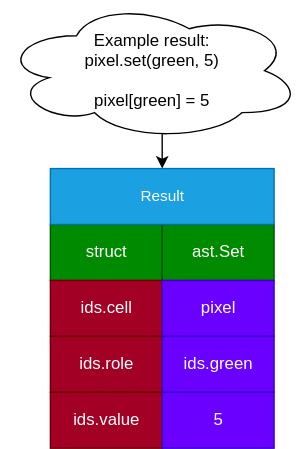
This is doc/diagrams/ResultExample.svg from hun-nemethpeter/InfoCell, a draw.io export, as it was before one commit. Source tidied: cells renumbered, new cells last; positions are measured from the earlier drawing's top-left corner, leaving out a move shared by most shapes.
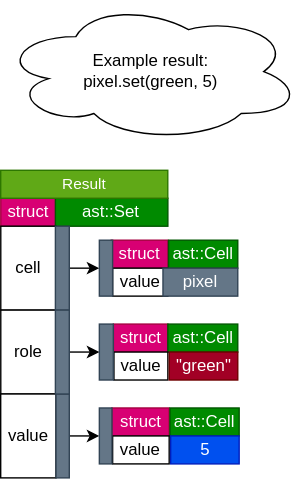
After the commit.

The edit, as a diff of the source:
```diff
@@ -2,38 +2,89 @@
   <root>
     <mxCell id="0" />
     <mxCell id="1" parent="0" />
-    <mxCell id="2" value="struct" style="rounded=0;whiteSpace=wrap;html=1;fillColor=#008a00;fontColor=#ffffff;strokeColor=#005700;" parent="1" vertex="1">
-      <mxGeometry x="35.5" y="160" width="80" height="40" as="geometry" />
+    <mxCell id="2" value="struct" style="rounded=0;whiteSpace=wrap;html=1;fillColor=#d80073;fontColor=#ffffff;strokeColor=#A50040;" parent="1" vertex="1">
+      <mxGeometry x="1048.1" y="11160" width="39.5" height="20" as="geometry" />
     </mxCell>
-    <mxCell id="3" value="ast.Set" style="rounded=0;whiteSpace=wrap;html=1;fillColor=#008a00;fontColor=#ffffff;strokeColor=#005700;" parent="1" vertex="1">
-      <mxGeometry x="115.5" y="160" width="80" height="40" as="geometry" />
+    <mxCell id="3" value="ast::Set" style="rounded=0;whiteSpace=wrap;html=1;fillColor=#008a00;fontColor=#ffffff;strokeColor=#005700;" parent="1" vertex="1">
+      <mxGeometry x="1087.1" y="11160" width="80.4" height="20" as="geometry" />
     </mxCell>
-    <mxCell id="4" value="ids.cell" style="rounded=0;whiteSpace=wrap;html=1;fillColor=#a20025;fontColor=#ffffff;strokeColor=#6F0000;" parent="1" vertex="1">
-      <mxGeometry x="35.5" y="200" width="80" height="40" as="geometry" />
+    <mxCell id="4" value="cell" style="rounded=0;whiteSpace=wrap;html=1;" parent="1" vertex="1">
+      <mxGeometry x="1048.1" y="11180" width="39.5" height="60" as="geometry" />
     </mxCell>
-    <mxCell id="5" value="pixel" style="rounded=0;whiteSpace=wrap;html=1;fillColor=#6a00ff;fontColor=#ffffff;strokeColor=#3700CC;" parent="1" vertex="1">
-      <mxGeometry x="115.5" y="200" width="80" height="40" as="geometry" />
+    <mxCell id="5" value="Result" style="rounded=0;whiteSpace=wrap;html=1;fontFamily=Helvetica;fontSize=11;fontColor=#ffffff;fillColor=#60a917;strokeColor=#2D7600;" parent="1" vertex="1">
+      <mxGeometry x="1048" y="11140" width="119.5" height="20" as="geometry" />
     </mxCell>
-    <mxCell id="6" value="Result" style="rounded=0;whiteSpace=wrap;html=1;fontFamily=Helvetica;fontSize=11;fontColor=#ffffff;fillColor=#1ba1e2;strokeColor=#006EAF;" parent="1" vertex="1">
-      <mxGeometry x="35.5" y="120" width="160" height="40" as="geometry" />
+    <mxCell id="6" value="role" style="rounded=0;whiteSpace=wrap;html=1;" parent="1" vertex="1">
+      <mxGeometry x="1048.1" y="11240" width="39.5" height="60" as="geometry" />
     </mxCell>
-    <mxCell id="7" value="ids.role" style="rounded=0;whiteSpace=wrap;html=1;fillColor=#a20025;fontColor=#ffffff;strokeColor=#6F0000;" parent="1" vertex="1">
-      <mxGeometry x="35.5" y="240" width="80" height="40" as="geometry" />
+    <mxCell id="7" value="value" style="rounded=0;whiteSpace=wrap;html=1;" parent="1" vertex="1">
+      <mxGeometry x="1048" y="11300" width="39.6" height="60" as="geometry" />
     </mxCell>
-    <mxCell id="8" value="ids.green" style="rounded=0;whiteSpace=wrap;html=1;fillColor=#6a00ff;fontColor=#ffffff;strokeColor=#3700CC;" parent="1" vertex="1">
-      <mxGeometry x="115.5" y="240" width="80" height="40" as="geometry" />
+    <mxCell id="8" style="edgeStyle=orthogonalEdgeStyle;rounded=0;jettySize=auto;html=1;exitX=1;exitY=0.5;exitDx=0;exitDy=0;entryX=0;entryY=0.5;entryDx=0;entryDy=0;" parent="1" edge="1" source="9" target="28">
+      <mxGeometry relative="1" as="geometry" />
     </mxCell>
-    <mxCell id="9" value="ids.value" style="rounded=0;whiteSpace=wrap;html=1;fillColor=#a20025;fontColor=#ffffff;strokeColor=#6F0000;" parent="1" vertex="1">
-      <mxGeometry x="35.5" y="280" width="80" height="40" as="geometry" />
+    <mxCell id="9" style="rounded=0;whiteSpace=wrap;html=1;fillColor=#647687;fontColor=#ffffff;strokeColor=#314354;" parent="1" vertex="1">
+      <mxGeometry x="1087.6" y="11300" width="9.5" height="60" as="geometry" />
     </mxCell>
-    <mxCell id="10" value="5" style="rounded=0;whiteSpace=wrap;html=1;fillColor=#6a00ff;fontColor=#ffffff;strokeColor=#3700CC;" parent="1" vertex="1">
-      <mxGeometry x="115.5" y="280" width="80" height="40" as="geometry" />
+    <mxCell id="10" style="rounded=0;jettySize=auto;html=1;exitX=1;exitY=0.5;exitDx=0;exitDy=0;entryX=0;entryY=0.5;entryDx=0;entryDy=0;" parent="1" edge="1" source="11" target="16">
+      <mxGeometry relative="1" as="geometry" />
     </mxCell>
-    <mxCell id="11" style="edgeStyle=orthogonalEdgeStyle;rounded=0;jettySize=auto;html=1;exitX=0.55;exitY=0.95;exitDx=0;exitDy=0;exitPerimeter=0;entryX=0.5;entryY=0;entryDx=0;entryDy=0;" parent="1" edge="1" source="12" target="6">
-      <mxGeometry relative="1" as="geometry" />
+    <mxCell id="11" style="rounded=0;whiteSpace=wrap;html=1;fillColor=#647687;fontColor=#ffffff;strokeColor=#314354;" parent="1" vertex="1">
+      <mxGeometry x="1087.1" y="11180" width="9.9" height="60" as="geometry" />
     </mxCell>
-    <mxCell id="12" value="Example result:&lt;br&gt;pixel.set(green, 5)&lt;br&gt;&lt;br&gt;pixel[green] = 5" style="ellipse;shape=cloud;whiteSpace=wrap;html=1;" parent="1" vertex="1">
-      <mxGeometry x="0.5" width="215" height="100" as="geometry" />
+    <mxCell id="12" value="struct" style="rounded=0;whiteSpace=wrap;html=1;fillColor=#d80073;fontColor=#ffffff;strokeColor=#A50040;" parent="1" vertex="1">
+      <mxGeometry x="1127.1" y="11190" width="40.5" height="20" as="geometry" />
     </mxCell>
+    <mxCell id="13" value="ast::Cell" style="rounded=0;whiteSpace=wrap;html=1;fillColor=#008a00;fontColor=#ffffff;strokeColor=#005700;" parent="1" vertex="1">
+      <mxGeometry x="1168.1" y="11190" width="49.5" height="20" as="geometry" />
+    </mxCell>
+    <mxCell id="14" value="value" style="rounded=0;whiteSpace=wrap;html=1;" parent="1" vertex="1">
+      <mxGeometry x="1128.1" y="11210" width="39.5" height="20" as="geometry" />
+    </mxCell>
+    <mxCell id="15" value="pixel" style="rounded=0;whiteSpace=wrap;html=1;fillColor=#647687;fontColor=#ffffff;strokeColor=#314354;" parent="1" vertex="1">
+      <mxGeometry x="1164.1" y="11210" width="53.5" height="20" as="geometry" />
+    </mxCell>
+    <mxCell id="16" style="rounded=0;whiteSpace=wrap;html=1;fontFamily=Helvetica;fontSize=11;fontColor=#ffffff;fillColor=#647687;strokeColor=#314354;" parent="1" vertex="1">
+      <mxGeometry x="1118.6" y="11190" width="9.5" height="40" as="geometry" />
+    </mxCell>
+    <mxCell id="17" value="struct" style="rounded=0;whiteSpace=wrap;html=1;fillColor=#d80073;fontColor=#ffffff;strokeColor=#A50040;" parent="1" vertex="1">
+      <mxGeometry x="1128.6" y="11250" width="39" height="20" as="geometry" />
+    </mxCell>
+    <mxCell id="18" value="ast::Cell" style="rounded=0;whiteSpace=wrap;html=1;fillColor=#008a00;fontColor=#ffffff;strokeColor=#005700;" parent="1" vertex="1">
+      <mxGeometry x="1167.6" y="11250" width="50" height="20" as="geometry" />
+    </mxCell>
+    <mxCell id="19" value="value" style="rounded=0;whiteSpace=wrap;html=1;" parent="1" vertex="1">
+      <mxGeometry x="1129" y="11270" width="38.6" height="20" as="geometry" />
+    </mxCell>
+    <mxCell id="20" style="rounded=0;whiteSpace=wrap;html=1;fontFamily=Helvetica;fontSize=11;fontColor=#ffffff;fillColor=#647687;strokeColor=#314354;" parent="1" vertex="1">
+      <mxGeometry x="1118.6" y="11250" width="10" height="40" as="geometry" />
+    </mxCell>
+    <mxCell id="21" style="rounded=0;jettySize=auto;html=1;exitX=1;exitY=0.5;exitDx=0;exitDy=0;entryX=0;entryY=0.5;entryDx=0;entryDy=0;" parent="1" edge="1" source="22" target="20">
+      <mxGeometry relative="1" as="geometry" />
+    </mxCell>
+    <mxCell id="22" style="rounded=0;whiteSpace=wrap;html=1;fillColor=#647687;fontColor=#ffffff;strokeColor=#314354;" parent="1" vertex="1">
+      <mxGeometry x="1087.1" y="11240" width="9.9" height="60" as="geometry" />
+    </mxCell>
+    <mxCell id="23" value="&quot;green&quot;" style="rounded=0;whiteSpace=wrap;html=1;fillColor=#a20025;fontColor=#ffffff;strokeColor=#6F0000;" parent="1" vertex="1">
+      <mxGeometry x="1168.6" y="11270" width="49" height="20" as="geometry" />
+    </mxCell>
+    <mxCell id="24" value="struct" style="rounded=0;whiteSpace=wrap;html=1;fillColor=#d80073;fontColor=#ffffff;strokeColor=#A50040;" parent="1" vertex="1">
+      <mxGeometry x="1127.6" y="11310" width="40.9" height="20" as="geometry" />
+    </mxCell>
+    <mxCell id="25" value="ast::Cell" style="rounded=0;whiteSpace=wrap;html=1;fillColor=#008a00;fontColor=#ffffff;strokeColor=#005700;" parent="1" vertex="1">
+      <mxGeometry x="1169.1" y="11310" width="49.5" height="20" as="geometry" />
+    </mxCell>
+    <mxCell id="26" value="value" style="rounded=0;whiteSpace=wrap;html=1;" parent="1" vertex="1">
+      <mxGeometry x="1128.1" y="11330" width="40.4" height="20" as="geometry" />
+    </mxCell>
+    <mxCell id="27" value="5" style="rounded=0;whiteSpace=wrap;html=1;fillColor=#0050ef;fontColor=#ffffff;strokeColor=#001DBC;" parent="1" vertex="1">
+      <mxGeometry x="1169.6" y="11330" width="49" height="20" as="geometry" />
+    </mxCell>
+    <mxCell id="28" style="rounded=0;whiteSpace=wrap;html=1;fontFamily=Helvetica;fontSize=11;fontColor=#ffffff;fillColor=#647687;strokeColor=#314354;" parent="1" vertex="1">
+      <mxGeometry x="1118.6" y="11310" width="9" height="40" as="geometry" />
+    </mxCell>
+    <mxCell id="29" value="Example result:&lt;br&gt;pixel.set(green, 5)" style="ellipse;shape=cloud;whiteSpace=wrap;html=1;" parent="1" vertex="1">
+      <mxGeometry x="1048" y="11019.4" width="215" height="100" as="geometry" />
+    </mxCell>
   </root>
 </mxGraphModel>
```
